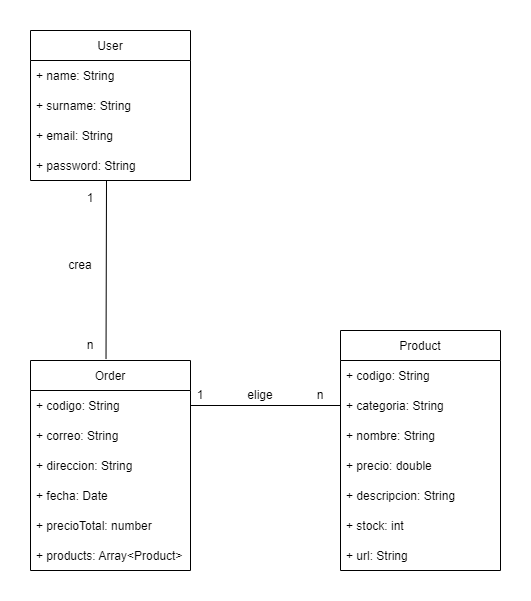
Above: docs/images/08_Modelo_datos.png in Arquisoft/dede_es2c (draw.io), before the change. Source tidied: cells renumbered, new cells last; positions are measured from the earlier drawing's top-left corner, leaving out a move shared by most shapes.
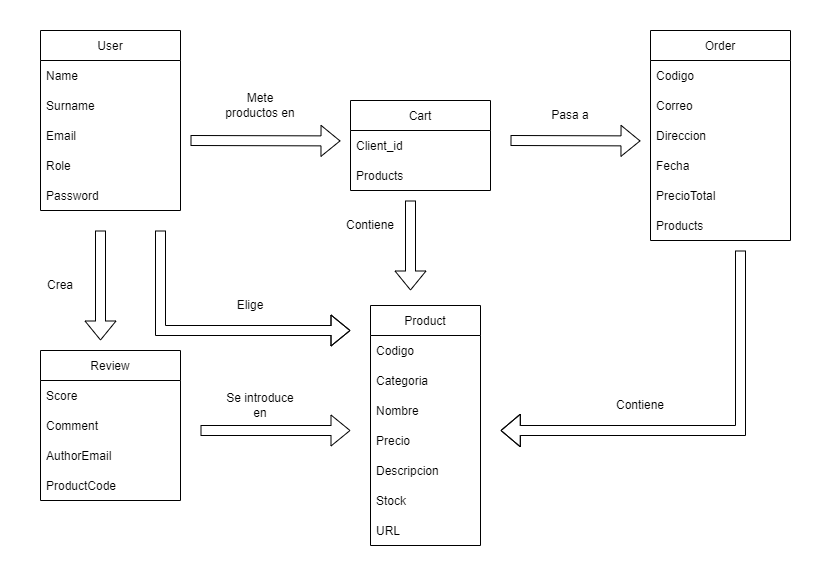
Later version of the same file.

What changed in the source:
```diff
@@ -1,100 +1,162 @@
 <mxGraphModel>
   <root>
-    <mxCell id="0" />
-    <mxCell id="1" parent="0" />
+    <mxCell id="31" />
+    <mxCell id="32" parent="31" />
-    <mxCell id="2" value="User" style="swimlane;fontStyle=0;horizontal=1;startSize=30;" parent="1" vertex="1">
-      <mxGeometry width="160" height="150" as="geometry" />
+    <mxCell id="2" value="User" style="swimlane;fontStyle=0;horizontal=1;startSize=30;" parent="32" vertex="1">
+      <mxGeometry x="-170" y="-50" width="140" height="180" as="geometry" />
     </mxCell>
-    <mxCell id="3" value="+ name: String" style="text;strokeColor=none;fillColor=none;align=left;verticalAlign=middle;spacingLeft=4;spacingRight=4;overflow=hidden;" parent="2" vertex="1">
-      <mxGeometry y="30" width="160" height="30" as="geometry" />
-    </mxCell>
-    <mxCell id="4" value="+ surname: String" style="text;strokeColor=none;fillColor=none;align=left;verticalAlign=middle;spacingLeft=4;spacingRight=4;overflow=hidden;" parent="2" vertex="1">
-      <mxGeometry y="60" width="160" height="30" as="geometry" />
-    </mxCell>
-    <mxCell id="5" value="+ email: String" style="text;strokeColor=none;fillColor=none;align=left;verticalAlign=middle;spacingLeft=4;spacingRight=4;overflow=hidden;" parent="2" vertex="1">
-      <mxGeometry y="90" width="160" height="30" as="geometry" />
-    </mxCell>
-    <mxCell id="6" value="+ password: String" style="text;strokeColor=none;fillColor=none;align=left;verticalAlign=middle;spacingLeft=4;spacingRight=4;overflow=hidden;" parent="2" vertex="1">
-      <mxGeometry y="120" width="160" height="30" as="geometry" />
-    </mxCell>
+    <mxCell id="33" value="Name" style="text;strokeColor=none;fillColor=none;align=left;verticalAlign=middle;spacingLeft=4;spacingRight=4;overflow=hidden;" parent="2" vertex="1">
+      <mxGeometry y="30" width="140" height="30" as="geometry" />
+    </mxCell>
+    <mxCell id="34" value="Surname" style="text;strokeColor=none;fillColor=none;align=left;verticalAlign=middle;spacingLeft=4;spacingRight=4;overflow=hidden;" parent="2" vertex="1">
+      <mxGeometry y="60" width="140" height="30" as="geometry" />
+    </mxCell>
+    <mxCell id="35" value="Email" style="text;strokeColor=none;fillColor=none;align=left;verticalAlign=middle;spacingLeft=4;spacingRight=4;overflow=hidden;" parent="2" vertex="1">
+      <mxGeometry y="90" width="140" height="30" as="geometry" />
+    </mxCell>
+    <mxCell id="36" value="Role" style="text;strokeColor=none;fillColor=none;align=left;verticalAlign=middle;spacingLeft=4;spacingRight=4;overflow=hidden;" parent="2" vertex="1">
+      <mxGeometry y="120" width="140" height="30" as="geometry" />
+    </mxCell>
+    <mxCell id="37" value="Password" style="text;strokeColor=none;fillColor=none;align=left;verticalAlign=middle;spacingLeft=4;spacingRight=4;overflow=hidden;" parent="2" vertex="1">
+      <mxGeometry y="150" width="140" height="30" as="geometry" />
+    </mxCell>
-    <mxCell id="7" value="Product" style="swimlane;fontStyle=0;horizontal=1;startSize=30;" parent="1" vertex="1">
-      <mxGeometry x="310" y="300" width="160" height="240" as="geometry" />
+    <mxCell id="7" value="Product" style="swimlane;fontStyle=0;horizontal=1;startSize=30;" parent="32" vertex="1">
+      <mxGeometry x="160" y="225" width="110" height="240" as="geometry" />
     </mxCell>
-    <mxCell id="8" value="+ codigo: String" style="text;strokeColor=none;fillColor=none;align=left;verticalAlign=middle;spacingLeft=4;spacingRight=4;overflow=hidden;" parent="7" vertex="1">
-      <mxGeometry y="30" width="160" height="30" as="geometry" />
-    </mxCell>
-    <mxCell id="9" value="+ categoria: String" style="text;strokeColor=none;fillColor=none;align=left;verticalAlign=middle;spacingLeft=4;spacingRight=4;overflow=hidden;" parent="7" vertex="1">
-      <mxGeometry y="60" width="160" height="30" as="geometry" />
-    </mxCell>
-    <mxCell id="10" value="+ nombre: String" style="text;strokeColor=none;fillColor=none;align=left;verticalAlign=middle;spacingLeft=4;spacingRight=4;overflow=hidden;" parent="7" vertex="1">
-      <mxGeometry y="90" width="160" height="30" as="geometry" />
-    </mxCell>
-    <mxCell id="11" value="+ precio: double" style="text;strokeColor=none;fillColor=none;align=left;verticalAlign=middle;spacingLeft=4;spacingRight=4;overflow=hidden;" parent="7" vertex="1">
-      <mxGeometry y="120" width="160" height="30" as="geometry" />
-    </mxCell>
-    <mxCell id="12" value="+ descripcion: String" style="text;strokeColor=none;fillColor=none;align=left;verticalAlign=middle;spacingLeft=4;spacingRight=4;overflow=hidden;" parent="7" vertex="1">
-      <mxGeometry y="150" width="160" height="30" as="geometry" />
-    </mxCell>
-    <mxCell id="13" value="+ stock: int" style="text;strokeColor=none;fillColor=none;align=left;verticalAlign=middle;spacingLeft=4;spacingRight=4;overflow=hidden;" parent="7" vertex="1">
-      <mxGeometry y="180" width="160" height="30" as="geometry" />
-    </mxCell>
-    <mxCell id="14" value="+ url: String" style="text;strokeColor=none;fillColor=none;align=left;verticalAlign=middle;spacingLeft=4;spacingRight=4;overflow=hidden;" parent="7" vertex="1">
-      <mxGeometry y="210" width="160" height="30" as="geometry" />
-    </mxCell>
+    <mxCell id="38" value="Codigo" style="text;strokeColor=none;fillColor=none;align=left;verticalAlign=middle;spacingLeft=4;spacingRight=4;overflow=hidden;" parent="7" vertex="1">
+      <mxGeometry y="30" width="110" height="30" as="geometry" />
+    </mxCell>
+    <mxCell id="39" value="Categoria" style="text;strokeColor=none;fillColor=none;align=left;verticalAlign=middle;spacingLeft=4;spacingRight=4;overflow=hidden;" parent="7" vertex="1">
+      <mxGeometry y="60" width="110" height="30" as="geometry" />
+    </mxCell>
+    <mxCell id="40" value="Nombre" style="text;strokeColor=none;fillColor=none;align=left;verticalAlign=middle;spacingLeft=4;spacingRight=4;overflow=hidden;" parent="7" vertex="1">
+      <mxGeometry y="90" width="110" height="30" as="geometry" />
+    </mxCell>
+    <mxCell id="41" value="Precio" style="text;strokeColor=none;fillColor=none;align=left;verticalAlign=middle;spacingLeft=4;spacingRight=4;overflow=hidden;" parent="7" vertex="1">
+      <mxGeometry y="120" width="110" height="30" as="geometry" />
+    </mxCell>
+    <mxCell id="42" value="Descripcion" style="text;strokeColor=none;fillColor=none;align=left;verticalAlign=middle;spacingLeft=4;spacingRight=4;overflow=hidden;" parent="7" vertex="1">
+      <mxGeometry y="150" width="110" height="30" as="geometry" />
+    </mxCell>
+    <mxCell id="43" value="Stock" style="text;strokeColor=none;fillColor=none;align=left;verticalAlign=middle;spacingLeft=4;spacingRight=4;overflow=hidden;" parent="7" vertex="1">
+      <mxGeometry y="180" width="110" height="30" as="geometry" />
+    </mxCell>
+    <mxCell id="44" value="URL" style="text;strokeColor=none;fillColor=none;align=left;verticalAlign=middle;spacingLeft=4;spacingRight=4;overflow=hidden;" parent="7" vertex="1">
+      <mxGeometry y="210" width="110" height="30" as="geometry" />
+    </mxCell>
+    <mxCell id="45" value="Cart" style="swimlane;fontStyle=0;horizontal=1;startSize=30;" parent="32" vertex="1">
+      <mxGeometry x="140" y="20" width="140" height="90" as="geometry" />
+    </mxCell>
+    <mxCell id="46" value="Client_id" style="text;strokeColor=none;fillColor=none;align=left;verticalAlign=middle;spacingLeft=4;spacingRight=4;overflow=hidden;" parent="45" vertex="1">
+      <mxGeometry y="30" width="140" height="30" as="geometry" />
+    </mxCell>
+    <mxCell id="47" value="Products" style="text;strokeColor=none;fillColor=none;align=left;verticalAlign=middle;spacingLeft=4;spacingRight=4;overflow=hidden;" parent="45" vertex="1">
+      <mxGeometry y="60" width="140" height="30" as="geometry" />
+    </mxCell>
+    <mxCell id="48" value="Review" style="swimlane;fontStyle=0;horizontal=1;startSize=30;" parent="32" vertex="1">
+      <mxGeometry x="-170" y="270" width="140" height="150" as="geometry" />
+    </mxCell>
+    <mxCell id="49" value="Score" style="text;strokeColor=none;fillColor=none;align=left;verticalAlign=middle;spacingLeft=4;spacingRight=4;overflow=hidden;" parent="48" vertex="1">
+      <mxGeometry y="30" width="140" height="30" as="geometry" />
+    </mxCell>
+    <mxCell id="50" value="Comment" style="text;strokeColor=none;fillColor=none;align=left;verticalAlign=middle;spacingLeft=4;spacingRight=4;overflow=hidden;" parent="48" vertex="1">
+      <mxGeometry y="60" width="140" height="30" as="geometry" />
+    </mxCell>
+    <mxCell id="51" value="AuthorEmail" style="text;strokeColor=none;fillColor=none;align=left;verticalAlign=middle;spacingLeft=4;spacingRight=4;overflow=hidden;" parent="48" vertex="1">
+      <mxGeometry y="90" width="140" height="30" as="geometry" />
+    </mxCell>
+    <mxCell id="52" value="ProductCode" style="text;strokeColor=none;fillColor=none;align=left;verticalAlign=middle;spacingLeft=4;spacingRight=4;overflow=hidden;" parent="48" vertex="1">
+      <mxGeometry y="120" width="140" height="30" as="geometry" />
+    </mxCell>
-    <mxCell id="15" value="Order" style="swimlane;fontStyle=0;horizontal=1;startSize=30;" parent="1" vertex="1">
-      <mxGeometry y="330" width="160" height="210" as="geometry" />
+    <mxCell id="15" value="Order" style="swimlane;fontStyle=0;horizontal=1;startSize=30;" parent="32" vertex="1">
+      <mxGeometry x="440" y="-50" width="140" height="210" as="geometry" />
     </mxCell>
-    <mxCell id="16" value="+ codigo: String" style="text;strokeColor=none;fillColor=none;align=left;verticalAlign=middle;spacingLeft=4;spacingRight=4;overflow=hidden;points=[[0,0.5],[1,0.5]];portConstraint=eastwest;" parent="15" vertex="1">
-      <mxGeometry y="30" width="160" height="30" as="geometry" />
-    </mxCell>
-    <mxCell id="17" value="+ correo: String" style="text;strokeColor=none;fillColor=none;align=left;verticalAlign=middle;spacingLeft=4;spacingRight=4;overflow=hidden;" parent="15" vertex="1">
-      <mxGeometry y="60" width="160" height="30" as="geometry" />
-    </mxCell>
-    <mxCell id="18" value="+ direccion: String" style="text;strokeColor=none;fillColor=none;align=left;verticalAlign=middle;spacingLeft=4;spacingRight=4;overflow=hidden;" parent="15" vertex="1">
-      <mxGeometry y="90" width="160" height="30" as="geometry" />
-    </mxCell>
-    <mxCell id="19" value="+ fecha: Date" style="text;strokeColor=none;fillColor=none;align=left;verticalAlign=middle;spacingLeft=4;spacingRight=4;overflow=hidden;" parent="15" vertex="1">
-      <mxGeometry y="120" width="160" height="30" as="geometry" />
-    </mxCell>
-    <mxCell id="20" value="+ precioTotal: number" style="text;strokeColor=none;fillColor=none;align=left;verticalAlign=middle;spacingLeft=4;spacingRight=4;overflow=hidden;" parent="15" vertex="1">
-      <mxGeometry y="150" width="160" height="30" as="geometry" />
-    </mxCell>
-    <mxCell id="21" value="+ products: Array&lt;Product&gt;" style="text;strokeColor=none;fillColor=none;align=left;verticalAlign=middle;spacingLeft=4;spacingRight=4;overflow=hidden;" parent="15" vertex="1">
-      <mxGeometry y="180" width="160" height="30" as="geometry" />
-    </mxCell>
-    <mxCell id="22" value="n" style="text;html=1;strokeColor=none;fillColor=none;align=center;verticalAlign=middle;whiteSpace=wrap;rounded=0;" parent="1" vertex="1">
-      <mxGeometry x="30" y="300" width="60" height="30" as="geometry" />
-    </mxCell>
-    <mxCell id="23" style="endArrow=none;html=1;rounded=0;exitX=1;exitY=0.5;exitDx=0;exitDy=0;entryX=0;entryY=0.5;entryDx=0;entryDy=0;" parent="1" edge="1" source="16">
-      <mxGeometry relative="1" as="geometry">
-        <mxPoint x="310" y="375" as="targetPoint" />
-      </mxGeometry>
-    </mxCell>
-    <mxCell id="24" value="n" style="text;html=1;strokeColor=none;fillColor=none;align=center;verticalAlign=middle;whiteSpace=wrap;rounded=0;" parent="1" vertex="1">
-      <mxGeometry x="260" y="350" width="60" height="30" as="geometry" />
-    </mxCell>
-    <mxCell id="25" value="1" style="text;html=1;strokeColor=none;fillColor=none;align=center;verticalAlign=middle;whiteSpace=wrap;rounded=0;" parent="1" vertex="1">
-      <mxGeometry x="30" y="150" width="60" height="35" as="geometry" />
-    </mxCell>
-    <mxCell id="26" value="1" style="text;html=1;strokeColor=none;fillColor=none;align=center;verticalAlign=middle;whiteSpace=wrap;rounded=0;" parent="1" vertex="1">
-      <mxGeometry x="140" y="350" width="60" height="30" as="geometry" />
-    </mxCell>
-    <mxCell id="27" value="crea" style="text;html=1;strokeColor=none;fillColor=none;align=center;verticalAlign=middle;whiteSpace=wrap;rounded=0;" parent="1" vertex="1">
-      <mxGeometry x="20" y="220" width="60" height="30" as="geometry" />
-    </mxCell>
-    <mxCell id="28" value="elige" style="text;html=1;strokeColor=none;fillColor=none;align=center;verticalAlign=middle;whiteSpace=wrap;rounded=0;" parent="1" vertex="1">
-      <mxGeometry x="200" y="350" width="60" height="30" as="geometry" />
-    </mxCell>
-    <mxCell id="29" style="endArrow=none;html=1;rounded=0;exitX=0.472;exitY=-0.007;exitDx=0;exitDy=0;exitPerimeter=0;" parent="1" edge="1" source="15">
-      <mxGeometry relative="1" as="geometry">
-        <mxPoint x="76" y="150" as="targetPoint" />
-      </mxGeometry>
-    </mxCell>
-    <mxCell id="30" style="edgeStyle=orthogonalEdgeStyle;rounded=0;orthogonalLoop=1;jettySize=auto;html=1;exitX=0.5;exitY=1;exitDx=0;exitDy=0;" parent="1" edge="1">
-      <mxGeometry relative="1" as="geometry">
-        <mxPoint x="390" y="390" as="sourcePoint" />
-        <mxPoint x="390" y="390" as="targetPoint" />
-      </mxGeometry>
-    </mxCell>
+    <mxCell id="53" value="Codigo" style="text;strokeColor=none;fillColor=none;align=left;verticalAlign=middle;spacingLeft=4;spacingRight=4;overflow=hidden;" parent="15" vertex="1">
+      <mxGeometry y="30" width="140" height="30" as="geometry" />
+    </mxCell>
+    <mxCell id="54" value="Correo" style="text;strokeColor=none;fillColor=none;align=left;verticalAlign=middle;spacingLeft=4;spacingRight=4;overflow=hidden;" parent="15" vertex="1">
+      <mxGeometry y="60" width="140" height="30" as="geometry" />
+    </mxCell>
+    <mxCell id="55" value="Direccion" style="text;strokeColor=none;fillColor=none;align=left;verticalAlign=middle;spacingLeft=4;spacingRight=4;overflow=hidden;" parent="15" vertex="1">
+      <mxGeometry y="90" width="140" height="30" as="geometry" />
+    </mxCell>
+    <mxCell id="56" value="Fecha" style="text;strokeColor=none;fillColor=none;align=left;verticalAlign=middle;spacingLeft=4;spacingRight=4;overflow=hidden;" parent="15" vertex="1">
+      <mxGeometry y="120" width="140" height="30" as="geometry" />
+    </mxCell>
+    <mxCell id="57" value="PrecioTotal" style="text;strokeColor=none;fillColor=none;align=left;verticalAlign=middle;spacingLeft=4;spacingRight=4;overflow=hidden;" parent="15" vertex="1">
+      <mxGeometry y="150" width="140" height="30" as="geometry" />
+    </mxCell>
+    <mxCell id="58" value="Products" style="text;strokeColor=none;fillColor=none;align=left;verticalAlign=middle;spacingLeft=4;spacingRight=4;overflow=hidden;" parent="15" vertex="1">
+      <mxGeometry y="180" width="140" height="30" as="geometry" />
+    </mxCell>
+    <mxCell id="59" style="shape=flexArrow;endArrow=classic;html=1;rounded=0;" parent="32" edge="1">
+      <mxGeometry relative="1" as="geometry">
+        <mxPoint x="-20" y="60" as="sourcePoint" />
+        <mxPoint x="130" y="60.4" as="targetPoint" />
+      </mxGeometry>
+    </mxCell>
+    <mxCell id="60" style="shape=flexArrow;endArrow=classic;html=1;rounded=0;" parent="32" edge="1">
+      <mxGeometry relative="1" as="geometry">
+        <mxPoint x="-110" y="150" as="sourcePoint" />
+        <mxPoint x="-110" y="260" as="targetPoint" />
+      </mxGeometry>
+    </mxCell>
+    <mxCell id="61" style="shape=flexArrow;endArrow=classic;html=1;rounded=0;" parent="32" edge="1">
+      <mxGeometry relative="1" as="geometry">
+        <mxPoint x="200" y="120" as="sourcePoint" />
+        <mxPoint x="200" y="210" as="targetPoint" />
+      </mxGeometry>
+    </mxCell>
+    <mxCell id="62" style="shape=flexArrow;endArrow=classic;html=1;rounded=0;" parent="32" edge="1">
+      <mxGeometry relative="1" as="geometry">
+        <mxPoint x="-10" y="350" as="sourcePoint" />
+        <mxPoint x="140" y="350" as="targetPoint" />
+      </mxGeometry>
+    </mxCell>
+    <mxCell id="63" style="shape=flexArrow;endArrow=classic;html=1;rounded=0;endWidth=21.666666666666668;endSize=6.108333333333333;" parent="32" edge="1">
+      <mxGeometry relative="1" as="geometry">
+        <mxPoint x="530" y="170" as="sourcePoint" />
+        <mxPoint x="290" y="350" as="targetPoint" />
+        <Array as="points">
+          <mxPoint x="530" y="350" />
+        </Array>
+      </mxGeometry>
+    </mxCell>
+    <mxCell id="64" value="Mete productos en" style="text;html=1;strokeColor=none;fillColor=none;align=center;verticalAlign=middle;whiteSpace=wrap;rounded=0;" parent="32" vertex="1">
+      <mxGeometry x="10" y="10" width="80" height="30" as="geometry" />
+    </mxCell>
+    <mxCell id="65" value="Pasa a" style="text;html=1;strokeColor=none;fillColor=none;align=center;verticalAlign=middle;whiteSpace=wrap;rounded=0;" parent="32" vertex="1">
+      <mxGeometry x="330" y="20" width="60" height="30" as="geometry" />
+    </mxCell>
+    <mxCell id="66" value="Contiene" style="text;html=1;strokeColor=none;fillColor=none;align=center;verticalAlign=middle;whiteSpace=wrap;rounded=0;" parent="32" vertex="1">
+      <mxGeometry x="130" y="130" width="60" height="30" as="geometry" />
+    </mxCell>
+    <mxCell id="67" style="shape=flexArrow;endArrow=classic;html=1;rounded=0;" parent="32" edge="1">
+      <mxGeometry relative="1" as="geometry">
+        <mxPoint x="300" y="60" as="sourcePoint" />
+        <mxPoint x="430" y="60.4" as="targetPoint" />
+      </mxGeometry>
+    </mxCell>
+    <mxCell id="68" value="Contiene" style="text;html=1;strokeColor=none;fillColor=none;align=center;verticalAlign=middle;whiteSpace=wrap;rounded=0;" parent="32" vertex="1">
+      <mxGeometry x="400" y="310" width="60" height="30" as="geometry" />
+    </mxCell>
+    <mxCell id="69" value="Crea" style="text;html=1;strokeColor=none;fillColor=none;align=center;verticalAlign=middle;whiteSpace=wrap;rounded=0;" parent="32" vertex="1">
+      <mxGeometry x="-180" y="190" width="60" height="30" as="geometry" />
+    </mxCell>
+    <mxCell id="70" value="Se introduce en" style="text;html=1;strokeColor=none;fillColor=none;align=center;verticalAlign=middle;whiteSpace=wrap;rounded=0;" parent="32" vertex="1">
+      <mxGeometry x="10" y="310" width="80" height="30" as="geometry" />
+    </mxCell>
+    <mxCell id="71" style="shape=flexArrow;endArrow=classic;html=1;rounded=0;" parent="32" edge="1">
+      <mxGeometry relative="1" as="geometry">
+        <mxPoint x="-50" y="150" as="sourcePoint" />
+        <mxPoint x="140" y="250" as="targetPoint" />
+        <Array as="points">
+          <mxPoint x="-50" y="250" />
+        </Array>
+      </mxGeometry>
+    </mxCell>
+    <mxCell id="72" value="Elige" style="text;html=1;strokeColor=none;fillColor=none;align=center;verticalAlign=middle;whiteSpace=wrap;rounded=0;" parent="32" vertex="1">
+      <mxGeometry x="10" y="210" width="60" height="30" as="geometry" />
+    </mxCell>
   </root>
 </mxGraphModel>
```
